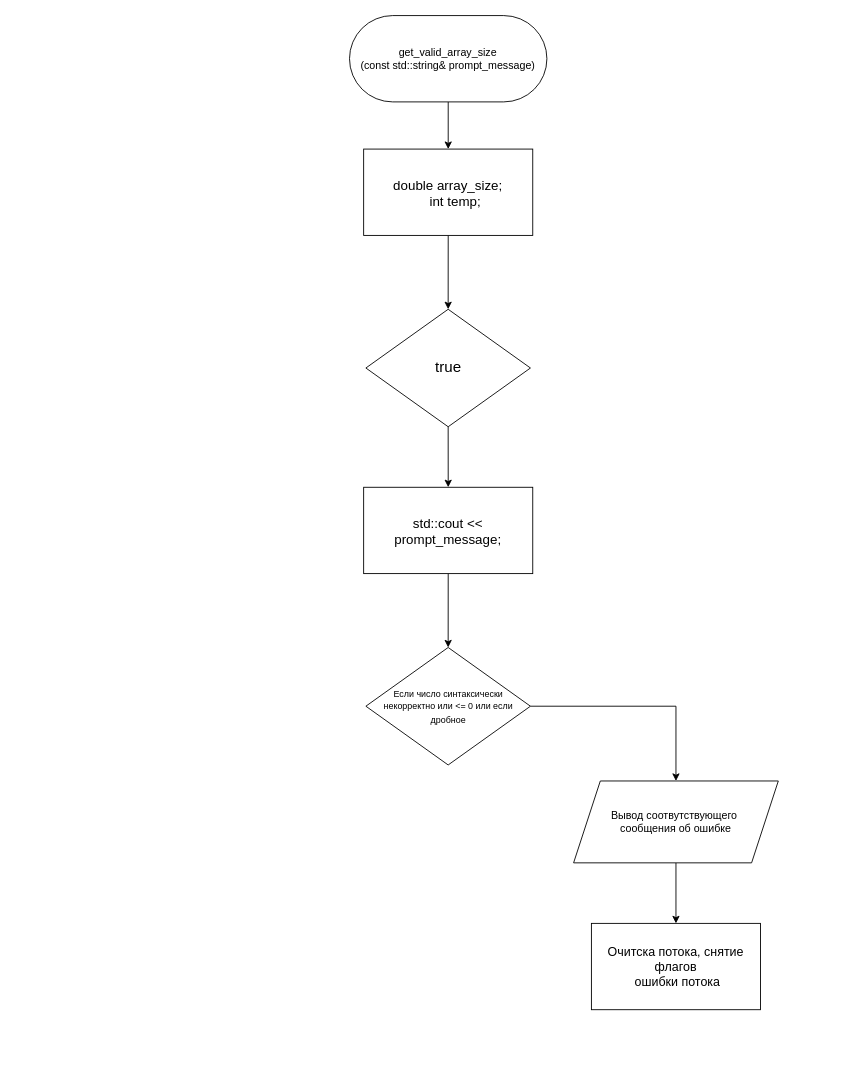
kravecila28-ops/Block-diagram_templates keeps this draw.io diagram as get_valid_array_size.drawio. Above is the earlier version. Source tidied: cells renumbered, new cells numbered last; positions are measured from the earlier drawing's top-left corner, leaving out a move shared by most shapes. Both pictures are drawn from the tidied source at 89%, with x=0, y=0 at pixel (349, 15).
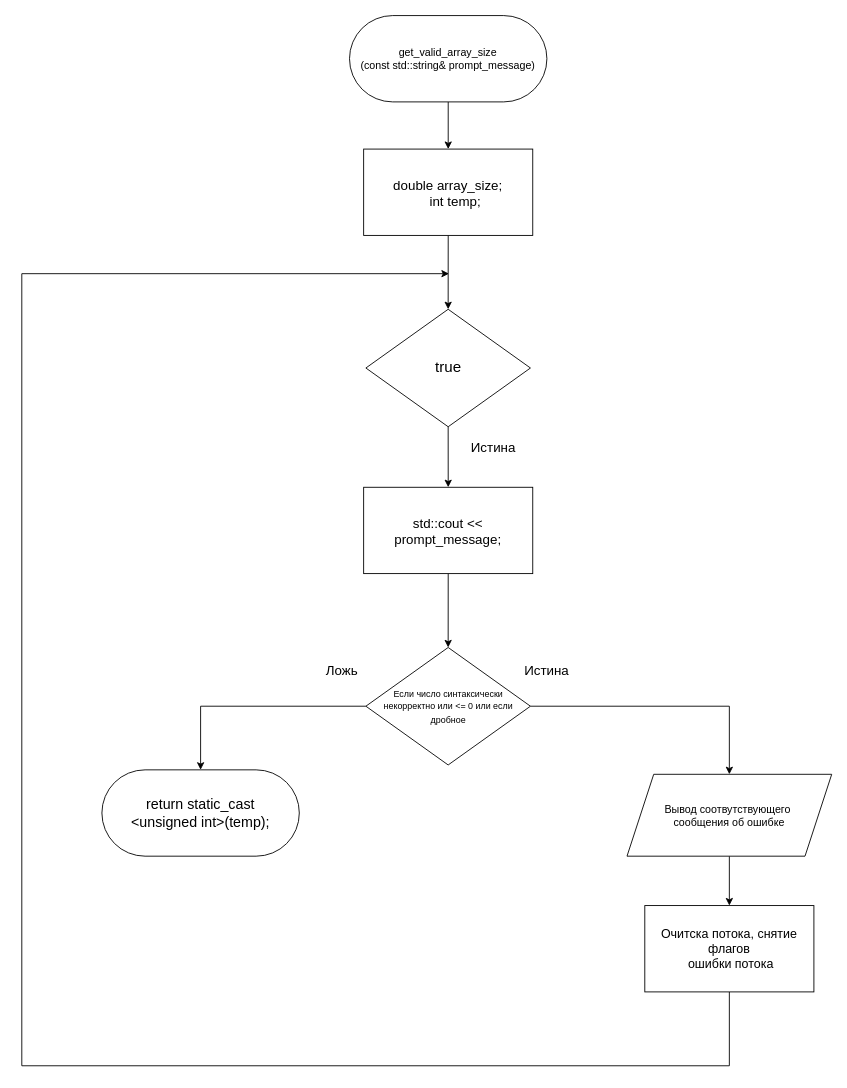
The same diagram, later.

The change refers to these unchanged cells:
```xml
<mxCell id="11" value="&lt;span style=&quot;font-size: 10px;&quot;&gt;Если число синтаксически некорректно или &amp;lt;= 0 или если дробное&lt;/span&gt;" style="rhombus;whiteSpace=wrap;html=1;" parent="1" vertex="1">
  <mxGeometry x="18.6" y="710" width="184.9" height="132" as="geometry" />
</mxCell>
```

What changed in the source:
```diff
@@
+    <mxCell id="15" style="edgeStyle=orthogonalEdgeStyle;rounded=0;jettySize=auto;html=1;exitX=0;exitY=0.5;exitDx=0;exitDy=0;entryX=0.5;entryY=0;entryDx=0;entryDy=0;" parent="1" edge="1" source="11" target="17">
+      <mxGeometry relative="1" as="geometry" />
+    </mxCell>
@@
     <mxCell id="13" value="&lt;font&gt;Вывод соотвутствующего&amp;nbsp;&lt;/font&gt;&lt;div&gt;&lt;font&gt;сообщения об ошибке&lt;/font&gt;&lt;/div&gt;" style="shape=parallelogram;perimeter=parallelogramPerimeter;whiteSpace=wrap;html=1;fixedSize=1;labelBackgroundColor=none;size=30;" parent="1" vertex="1">
-      <mxGeometry x="252" y="860" width="230" height="92" as="geometry" />
+      <mxGeometry x="312" y="852.5" width="230" height="92" as="geometry" />
     </mxCell>
+    <mxCell id="16" style="edgeStyle=orthogonalEdgeStyle;rounded=0;jettySize=auto;html=1;exitX=0.5;exitY=1;exitDx=0;exitDy=0;entryX=0;entryY=0.5;entryDx=0;entryDy=0;" parent="1" edge="1" source="14">
+      <mxGeometry relative="1" as="geometry">
+        <mxPoint x="112" y="290" as="targetPoint" />
+        <Array as="points">
+          <mxPoint x="427" y="1180" />
+          <mxPoint x="-368" y="1180" />
+          <mxPoint x="-368" y="290" />
+        </Array>
+      </mxGeometry>
+    </mxCell>
     <mxCell id="14" value="&lt;font style=&quot;font-size: 14px;&quot;&gt;Очитска потока, снятие флагов&lt;/font&gt;&lt;div&gt;&lt;font style=&quot;font-size: 14px;&quot;&gt;&amp;nbsp;ошибки потока&lt;/font&gt;&lt;/div&gt;" style="rounded=0;whiteSpace=wrap;html=1;" parent="1" vertex="1">
-      <mxGeometry x="272" y="1020" width="190" height="97" as="geometry" />
+      <mxGeometry x="332" y="1000" width="190" height="97" as="geometry" />
     </mxCell>
+    <mxCell id="17" value="&lt;font style=&quot;font-size: 16px;&quot;&gt;return static_cast&lt;/font&gt;&lt;div&gt;&lt;font style=&quot;font-size: 16px;&quot;&gt;&amp;lt;unsigned int&amp;gt;(temp);&lt;/font&gt;&lt;/div&gt;" style="rounded=1;whiteSpace=wrap;html=1;arcSize=50;labelBackgroundColor=none;" parent="1" vertex="1">
+      <mxGeometry x="-278" y="847.5" width="221.8" height="97" as="geometry" />
+    </mxCell>
+    <mxCell id="18" value="&lt;font style=&quot;font-size: 15px;&quot;&gt;Истина&lt;/font&gt;" style="text;html=1;whiteSpace=wrap;strokeColor=none;fillColor=none;align=center;verticalAlign=middle;rounded=0;" parent="1" vertex="1">
+      <mxGeometry x="192" y="720" width="60" height="30" as="geometry" />
+    </mxCell>
+    <mxCell id="19" value="&lt;font style=&quot;font-size: 15px;&quot;&gt;Ложь&lt;/font&gt;" style="text;html=1;whiteSpace=wrap;strokeColor=none;fillColor=none;align=center;verticalAlign=middle;rounded=0;" parent="1" vertex="1">
+      <mxGeometry x="-38" y="720" width="60" height="30" as="geometry" />
+    </mxCell>
+    <mxCell id="20" value="&lt;font style=&quot;font-size: 15px;&quot;&gt;Истина&lt;/font&gt;" style="text;html=1;whiteSpace=wrap;strokeColor=none;fillColor=none;align=center;verticalAlign=middle;rounded=0;" parent="1" vertex="1">
+      <mxGeometry x="132" y="470" width="60" height="30" as="geometry" />
+    </mxCell>
```
